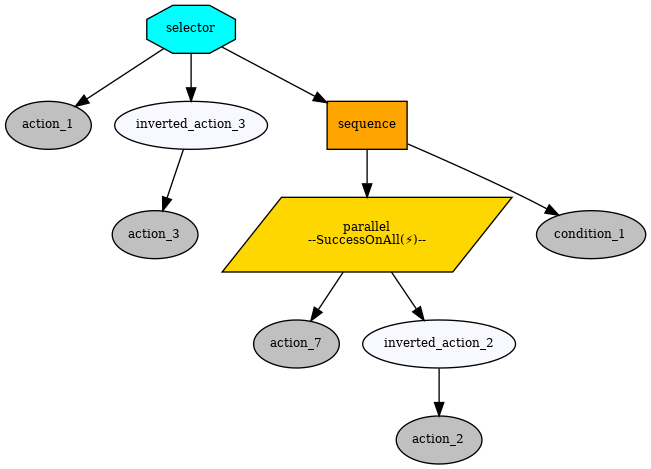
Earlier version of the Graphviz export DataSim/selector.png (interaction-lab/RE-BT-Espresso). Its source is kept beside it as DataSim/selector.dot.
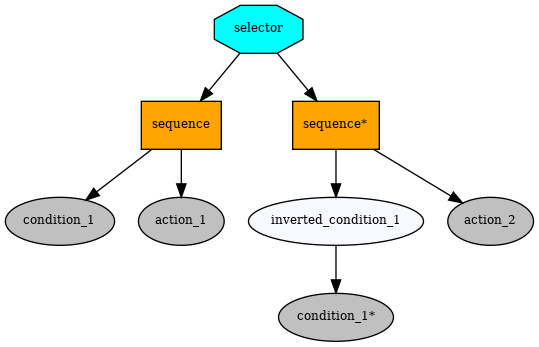
The same diagram one commit later.

What changed in the source:
```diff
@@ -4,22 +4,18 @@
 node [fontname="times-roman"];
 edge [fontname="times-roman"];
 selector [fillcolor=cyan, fontcolor=black, fontsize=9, label=selector, shape=octagon, style=filled];
-action_1 [fillcolor=gray, fontcolor=black, fontsize=9, label=action_1, shape=ellipse, style=filled];
-selector -> action_1;
-inverted_action_3 [fillcolor=ghostwhite, fontcolor=black, fontsize=9, label=inverted_action_3, shape=ellipse, style=filled];
-selector -> inverted_action_3;
-action_3 [fillcolor=gray, fontcolor=black, fontsize=9, label=action_3, shape=ellipse, style=filled];
-inverted_action_3 -> action_3;
 sequence [fillcolor=orange, fontcolor=black, fontsize=9, label=sequence, shape=box, style=filled];
 selector -> sequence;
-parallel [fillcolor=gold, fontcolor=black, fontsize=9, label="parallel\n--SuccessOnAll(⚡)--", shape=parallelogram, style=filled];
-sequence -> parallel;
-action_7 [fillcolor=gray, fontcolor=black, fontsize=9, label=action_7, shape=ellipse, style=filled];
-parallel -> action_7;
-inverted_action_2 [fillcolor=ghostwhite, fontcolor=black, fontsize=9, label=inverted_action_2, shape=ellipse, style=filled];
-parallel -> inverted_action_2;
-action_2 [fillcolor=gray, fontcolor=black, fontsize=9, label=action_2, shape=ellipse, style=filled];
-inverted_action_2 -> action_2;
 condition_1 [fillcolor=gray, fontcolor=black, fontsize=9, label=condition_1, shape=ellipse, style=filled];
 sequence -> condition_1;
+action_1 [fillcolor=gray, fontcolor=black, fontsize=9, label=action_1, shape=ellipse, style=filled];
+sequence -> action_1;
+"sequence*" [fillcolor=orange, fontcolor=black, fontsize=9, label="sequence*", shape=box, style=filled];
+selector -> "sequence*";
+inverted_condition_1 [fillcolor=ghostwhite, fontcolor=black, fontsize=9, label=inverted_condition_1, shape=ellipse, style=filled];
+"sequence*" -> inverted_condition_1;
+"condition_1*" [fillcolor=gray, fontcolor=black, fontsize=9, label="condition_1*", shape=ellipse, style=filled];
+inverted_condition_1 -> "condition_1*";
+action_2 [fillcolor=gray, fontcolor=black, fontsize=9, label=action_2, shape=ellipse, style=filled];
+"sequence*" -> action_2;
 }
```
